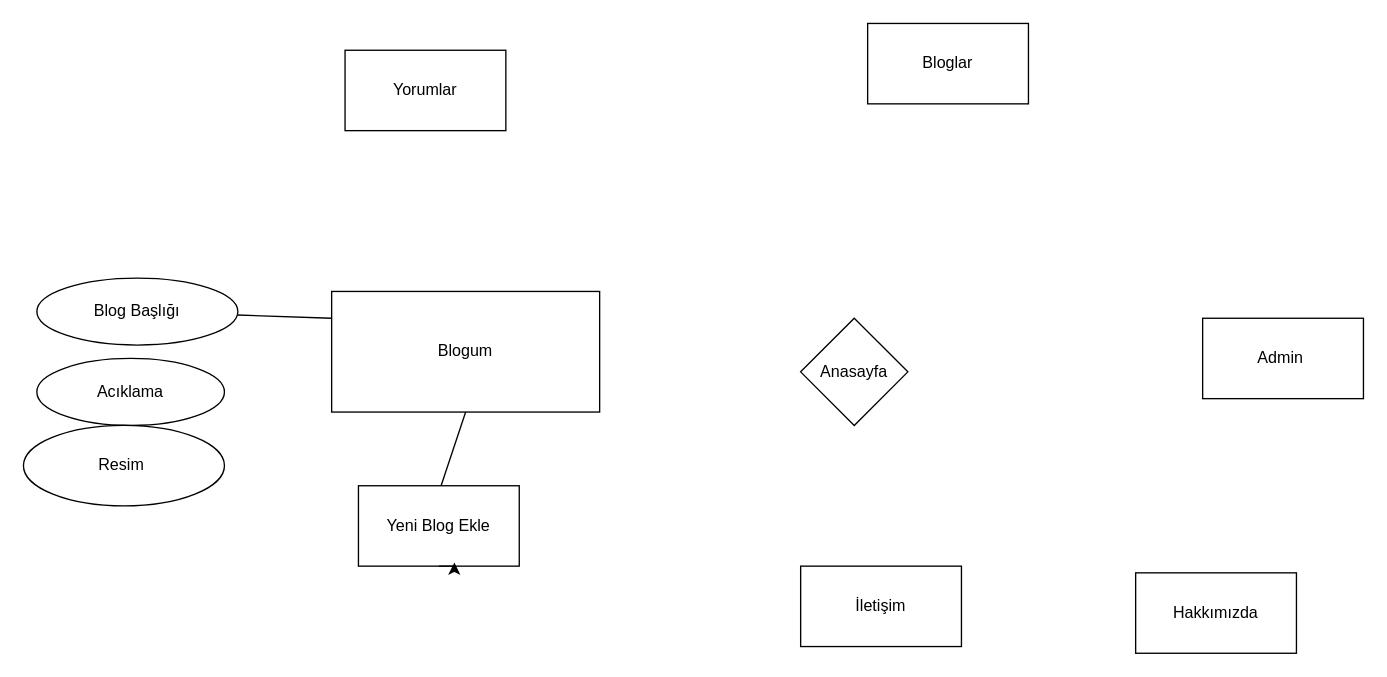
The draw.io diagram Başlıksız Diyagram.drawio in TugceOnder/AlertDialog, before the edit. Source tidied: cells renumbered, new cells numbered last; positions are measured from the earlier drawing's top-left corner, leaving out a move shared by most shapes. Both pictures are drawn from the tidied source at 134%, with x=0, y=0 at pixel (23, 23).
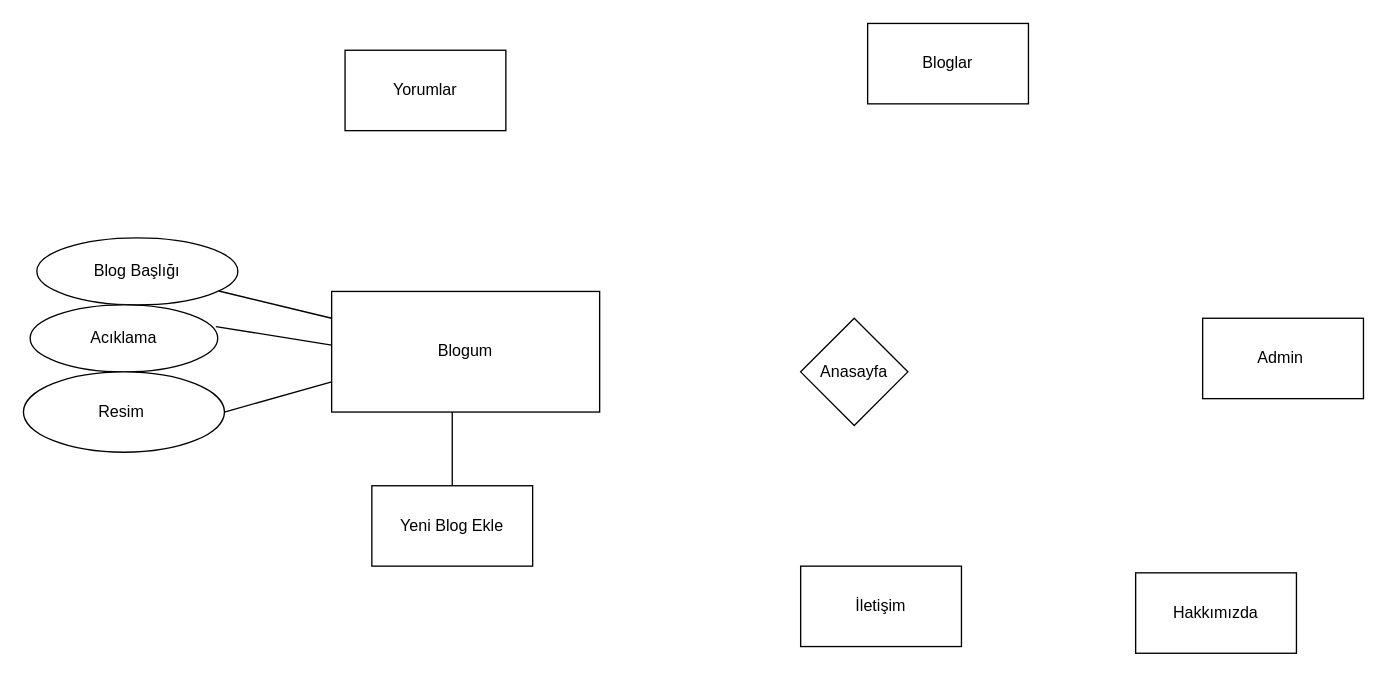
After the change.

Diff of the diagram source:
```diff
@@
 <mxGraphModel>
   <root>
     <mxCell id="0" />
     <mxCell id="1" parent="0" />
     <mxCell id="2" value="Admin&amp;nbsp;" style="rounded=0;whiteSpace=wrap;html=1;" parent="1" vertex="1">
       <mxGeometry x="880" y="220" width="120" height="60" as="geometry" />
     </mxCell>
     <mxCell id="3" value="Yorumlar" style="rounded=0;whiteSpace=wrap;html=1;" parent="1" vertex="1">
       <mxGeometry x="240" y="20" width="120" height="60" as="geometry" />
     </mxCell>
     <mxCell id="4" value="Bloglar" style="rounded=0;whiteSpace=wrap;html=1;" parent="1" vertex="1">
       <mxGeometry x="630" width="120" height="60" as="geometry" />
     </mxCell>
     <mxCell id="5" value="Blogum" style="rounded=0;whiteSpace=wrap;html=1;" parent="1" vertex="1">
       <mxGeometry x="230" y="200" width="200" height="90" as="geometry" />
     </mxCell>
     <mxCell id="6" value="Hakkımızda" style="rounded=0;whiteSpace=wrap;html=1;" parent="1" vertex="1">
       <mxGeometry x="830" y="410" width="120" height="60" as="geometry" />
     </mxCell>
     <mxCell id="7" value="İletişim" style="rounded=0;whiteSpace=wrap;html=1;" parent="1" vertex="1">
       <mxGeometry x="580" y="405" width="120" height="60" as="geometry" />
     </mxCell>
     <mxCell id="8" value="Anasayfa" style="rhombus;whiteSpace=wrap;html=1;" parent="1" vertex="1">
       <mxGeometry x="580" y="220" width="80" height="80" as="geometry" />
     </mxCell>
-    <mxCell id="9" style="endArrow=none;html=1;rounded=0;entryX=0.5;entryY=1;entryDx=0;entryDy=0;" parent="1" edge="1" target="5">
+    <mxCell id="9" style="endArrow=none;html=1;rounded=0;" parent="1" edge="1" source="10">
       <mxGeometry relative="1" as="geometry">
-        <mxPoint x="310" y="350" as="sourcePoint" />
+        <mxPoint x="320" y="290" as="targetPoint" />
       </mxGeometry>
     </mxCell>
     <mxCell id="10" value="Yeni Blog Ekle" style="rounded=0;whiteSpace=wrap;html=1;" parent="1" vertex="1">
-      <mxGeometry x="250" y="345" width="120" height="60" as="geometry" />
+      <mxGeometry x="260" y="345" width="120" height="60" as="geometry" />
     </mxCell>
-    <mxCell id="11" style="edgeStyle=orthogonalEdgeStyle;rounded=0;orthogonalLoop=1;jettySize=auto;html=1;exitX=0.5;exitY=1;exitDx=0;exitDy=0;entryX=0.597;entryY=0.956;entryDx=0;entryDy=0;entryPerimeter=0;" parent="1" edge="1" source="10" target="10">
-      <mxGeometry relative="1" as="geometry" />
-    </mxCell>
     <mxCell id="12" value="Blog Başlığı" style="ellipse;whiteSpace=wrap;html=1;" parent="1" vertex="1">
-      <mxGeometry x="10" y="190" width="150" height="50" as="geometry" />
+      <mxGeometry x="10" y="160" width="150" height="50" as="geometry" />
     </mxCell>
     <mxCell id="13" style="endArrow=none;html=1;rounded=0;" parent="1" edge="1" source="12">
       <mxGeometry relative="1" as="geometry">
         <mxPoint x="230" y="220" as="targetPoint" />
       </mxGeometry>
     </mxCell>
     <mxCell id="14" value="Acıklama" style="ellipse;whiteSpace=wrap;html=1;" parent="1" vertex="1">
-      <mxGeometry x="10" y="250" width="140" height="50" as="geometry" />
+      <mxGeometry x="5" y="210" width="140" height="50" as="geometry" />
     </mxCell>
     <mxCell id="15" value="Resim&amp;nbsp;" style="ellipse;whiteSpace=wrap;html=1;" parent="1" vertex="1">
-      <mxGeometry y="300" width="150" height="60" as="geometry" />
+      <mxGeometry y="260" width="150" height="60" as="geometry" />
     </mxCell>
+    <mxCell id="16" style="endArrow=none;html=1;rounded=0;exitX=0.99;exitY=0.324;exitDx=0;exitDy=0;exitPerimeter=0;" parent="1" edge="1" source="14">
+      <mxGeometry relative="1" as="geometry">
+        <mxPoint x="230" y="240" as="targetPoint" />
+      </mxGeometry>
+    </mxCell>
+    <mxCell id="17" style="endArrow=none;html=1;rounded=0;exitX=1;exitY=0.5;exitDx=0;exitDy=0;entryX=0;entryY=0.75;entryDx=0;entryDy=0;" parent="1" edge="1" source="15" target="5">
+      <mxGeometry relative="1" as="geometry" />
+    </mxCell>
   </root>
 </mxGraphModel>
```
